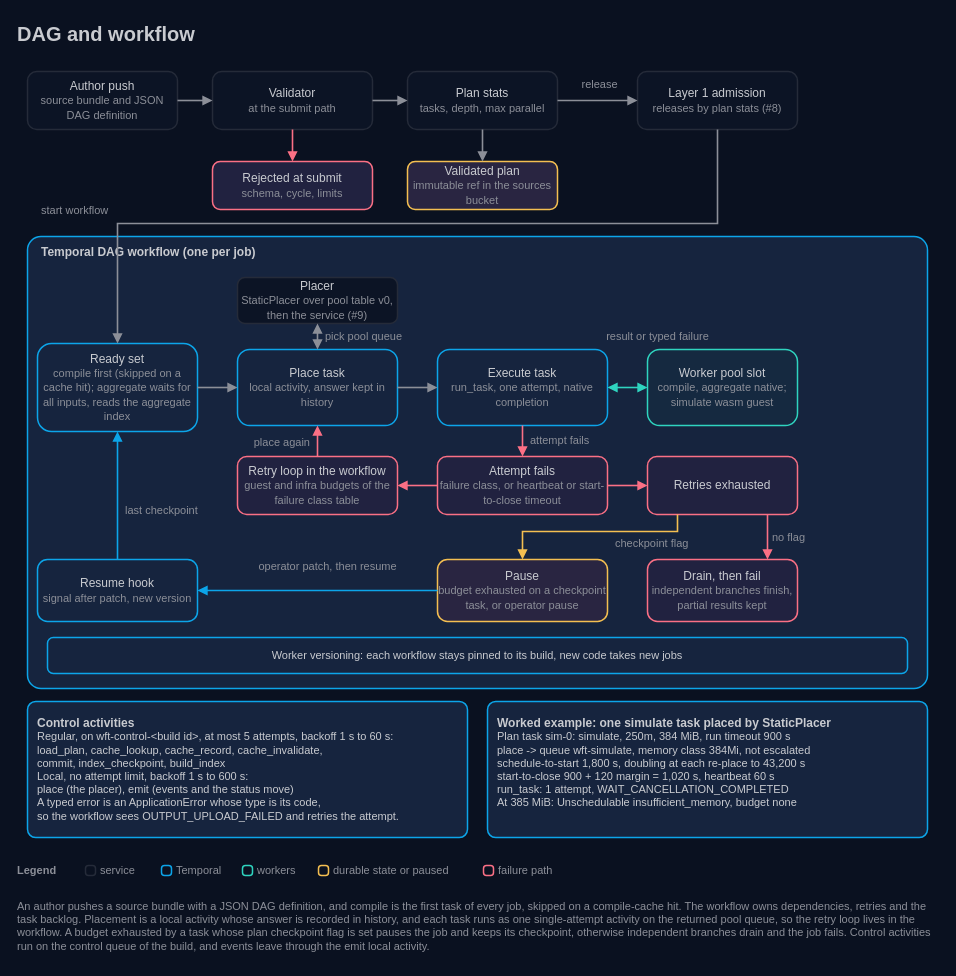
AndoNorth/disyard keeps this draw.io diagram as docs/architecture/12-dag-and-workflow.drawio. Above is the earlier version. Source tidied: cells renumbered, new cells numbered last; positions are measured from the earlier drawing's top-left corner, leaving out a move shared by most shapes. Both pictures are drawn from the tidied source at 100%, with x=0, y=0 at pixel (17, 17).
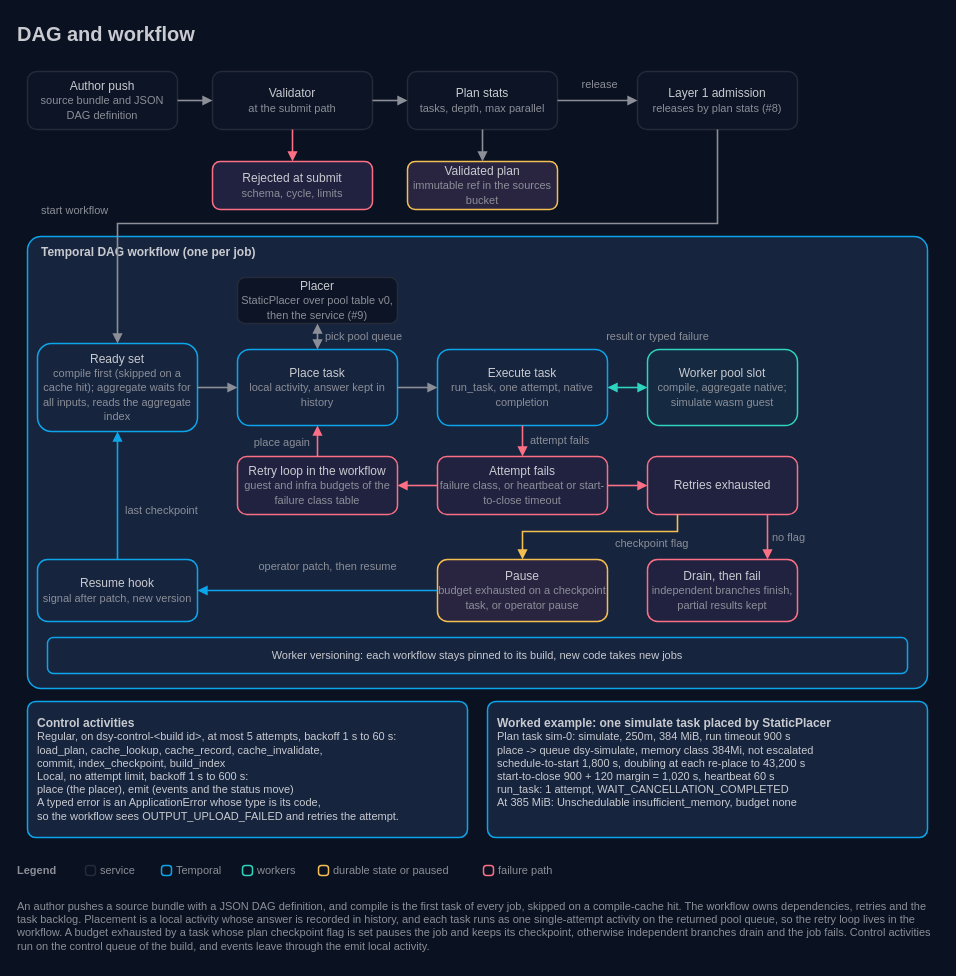
The same page after the edit.

What changed in the source:
```diff
@@
-    <mxCell id="51" value="&lt;b style=&quot;font-size:12px&quot;&gt;Control activities&lt;/b&gt;&lt;br&gt;Regular, on wft-control-&amp;lt;build id&amp;gt;, at most 5 attempts, backoff 1 s to 60 s:&lt;br&gt;  load_plan, cache_lookup, cache_record, cache_invalidate,&lt;br&gt;  commit, index_checkpoint, build_index&lt;br&gt;Local, no attempt limit, backoff 1 s to 600 s:&lt;br&gt;  place (the placer), emit (events and the status move)&lt;br&gt;A typed error is an ApplicationError whose type is its code,&lt;br&gt;so the workflow sees OUTPUT_UPLOAD_FAILED and retries the attempt." style="rounded=1;arcSize=6;html=1;whiteSpace=wrap;fillColor=#16243e;strokeColor=#0ca5e9;strokeWidth=1.5;fontColor=#c9cbd0;fontSize=11;fontFamily=IBM Plex Sans;align=left;verticalAlign=top;spacing=10;" parent="1" vertex="1">
+    <mxCell id="51" value="&lt;b style=&quot;font-size:12px&quot;&gt;Control activities&lt;/b&gt;&lt;br&gt;Regular, on dsy-control-&amp;lt;build id&amp;gt;, at most 5 attempts, backoff 1 s to 60 s:&lt;br&gt;  load_plan, cache_lookup, cache_record, cache_invalidate,&lt;br&gt;  commit, index_checkpoint, build_index&lt;br&gt;Local, no attempt limit, backoff 1 s to 600 s:&lt;br&gt;  place (the placer), emit (events and the status move)&lt;br&gt;A typed error is an ApplicationError whose type is its code,&lt;br&gt;so the workflow sees OUTPUT_UPLOAD_FAILED and retries the attempt." style="rounded=1;arcSize=6;html=1;whiteSpace=wrap;fillColor=#16243e;strokeColor=#0ca5e9;strokeWidth=1.5;fontColor=#c9cbd0;fontSize=11;fontFamily=IBM Plex Sans;align=left;verticalAlign=top;spacing=10;" parent="1" vertex="1">
       <mxGeometry x="10" y="684" width="440" height="136" as="geometry" />
     </mxCell>
-    <mxCell id="52" value="&lt;b style=&quot;font-size:12px&quot;&gt;Worked example: one simulate task placed by StaticPlacer&lt;/b&gt;&lt;br&gt;Plan task sim-0: simulate, 250m, 384 MiB, run timeout 900 s&lt;br&gt;place -&amp;gt; queue wft-simulate, memory class 384Mi, not escalated&lt;br&gt;schedule-to-start 1,800 s, doubling at each re-place to 43,200 s&lt;br&gt;start-to-close 900 + 120 margin = 1,020 s, heartbeat 60 s&lt;br&gt;run_task: 1 attempt, WAIT_CANCELLATION_COMPLETED&lt;br&gt;At 385 MiB: Unschedulable insufficient_memory, budget none" style="rounded=1;arcSize=6;html=1;whiteSpace=wrap;fillColor=#16243e;strokeColor=#0ca5e9;strokeWidth=1.5;fontColor=#c9cbd0;fontSize=11;fontFamily=IBM Plex Sans;align=left;verticalAlign=top;spacing=10;" parent="1" vertex="1">
+    <mxCell id="52" value="&lt;b style=&quot;font-size:12px&quot;&gt;Worked example: one simulate task placed by StaticPlacer&lt;/b&gt;&lt;br&gt;Plan task sim-0: simulate, 250m, 384 MiB, run timeout 900 s&lt;br&gt;place -&amp;gt; queue dsy-simulate, memory class 384Mi, not escalated&lt;br&gt;schedule-to-start 1,800 s, doubling at each re-place to 43,200 s&lt;br&gt;start-to-close 900 + 120 margin = 1,020 s, heartbeat 60 s&lt;br&gt;run_task: 1 attempt, WAIT_CANCELLATION_COMPLETED&lt;br&gt;At 385 MiB: Unschedulable insufficient_memory, budget none" style="rounded=1;arcSize=6;html=1;whiteSpace=wrap;fillColor=#16243e;strokeColor=#0ca5e9;strokeWidth=1.5;fontColor=#c9cbd0;fontSize=11;fontFamily=IBM Plex Sans;align=left;verticalAlign=top;spacing=10;" parent="1" vertex="1">
       <mxGeometry x="470" y="684" width="440" height="136" as="geometry" />
     </mxCell>
```
